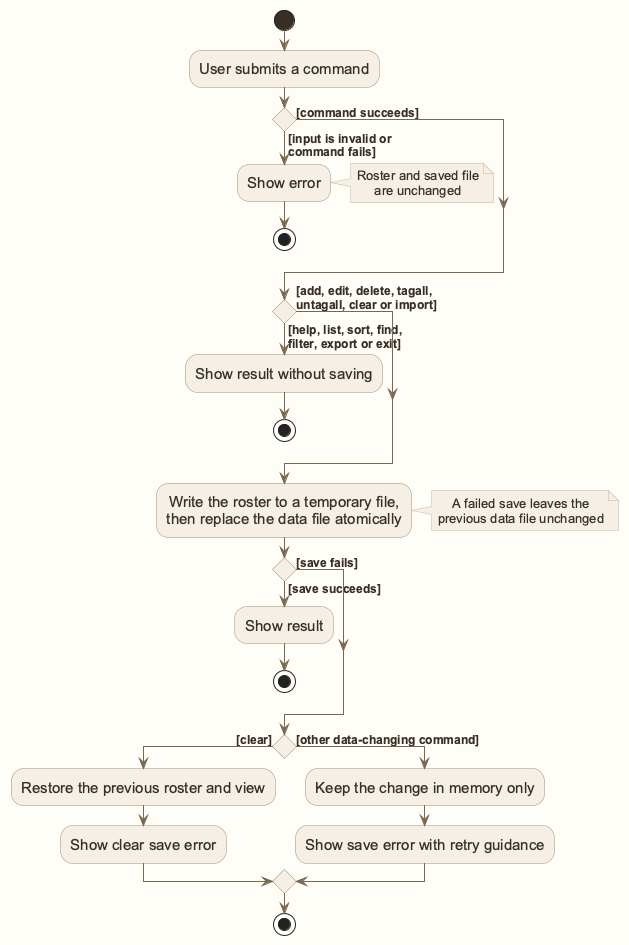
This is docs/images/AutomaticSavingData.png from AY2627S1-CS2103T-W12-1/tp, a PlantUML export, as it was before one commit.
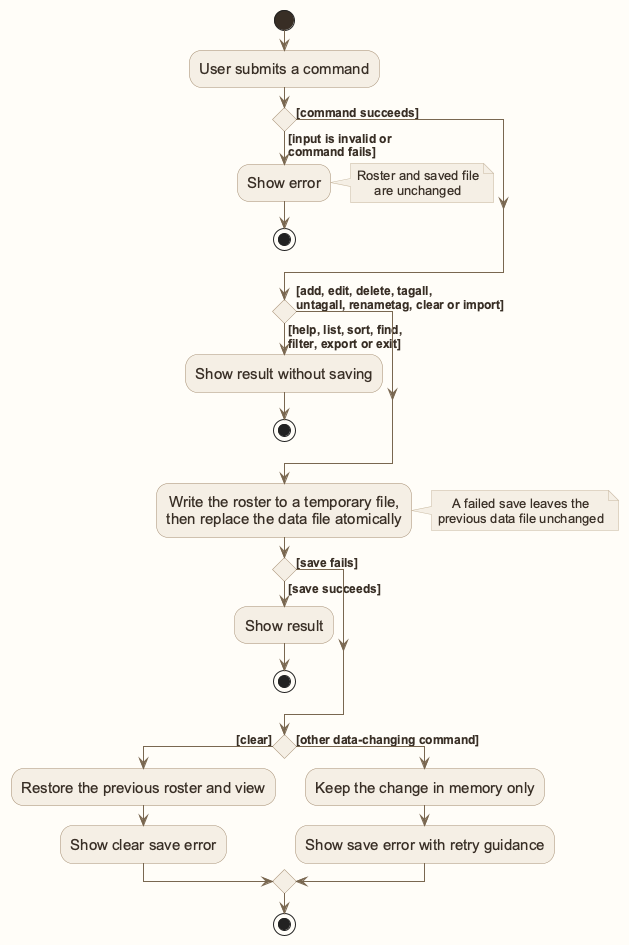
After the commit.

What changed in the source:
```diff
@@ -1,4 +1,5 @@
 @startuml
+!pragma layout smetana
 !include style.puml
 skinparam ActivityFontSize 15
 skinparam ArrowFontSize 12
@@ -24,7 +25,7 @@
     :Show result without saving;
     stop
 else ([add, edit, delete, tagall,
-untagall, clear or import])
+untagall, renametag, clear or import])
 endif
 
 :Write the roster to a temporary file,
```
